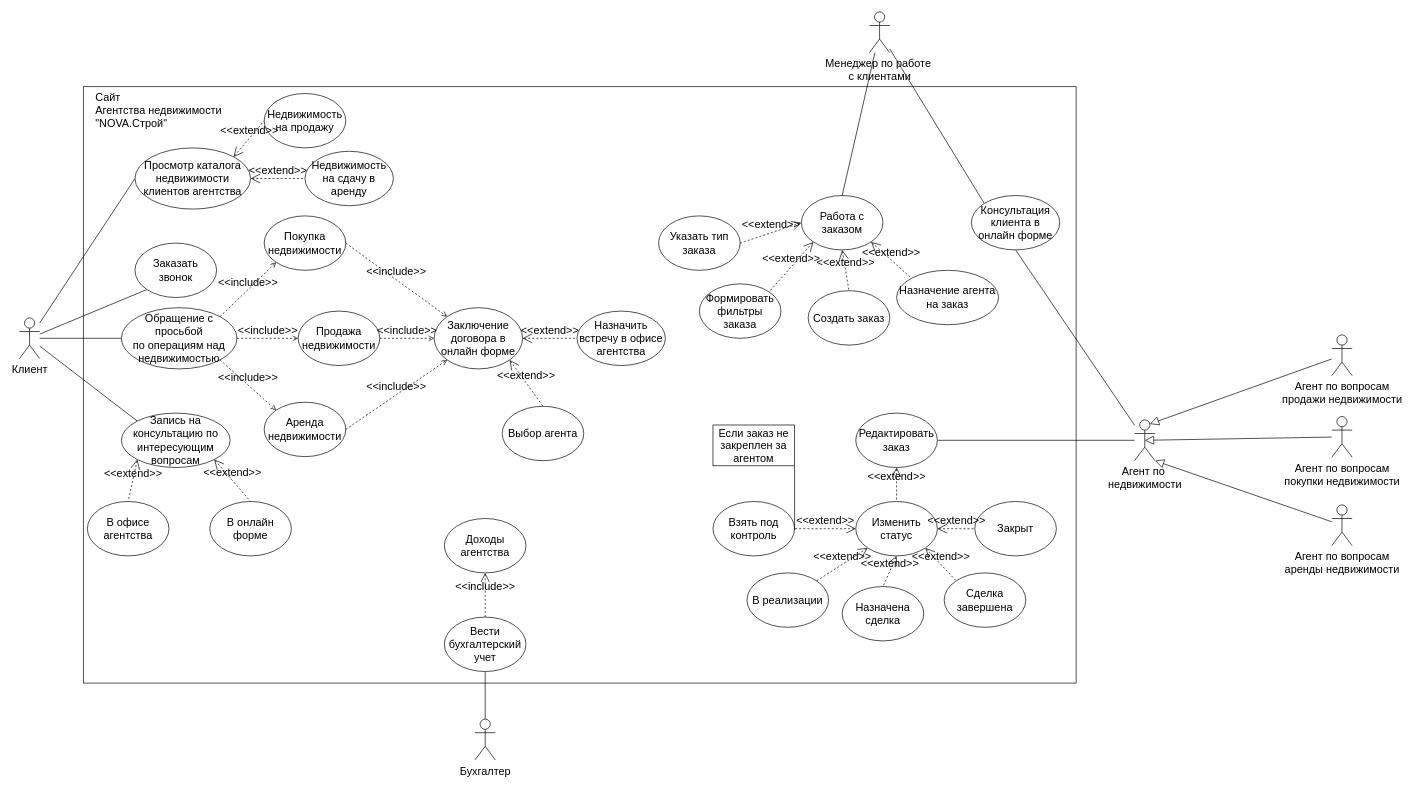
Earlier version of the draw.io diagram agenstvo.drawio (VitaliiPopov00/Use-case-diagram). Source tidied: cells renumbered, new cells numbered last; positions are measured from the earlier drawing's top-left corner, leaving out a move shared by most shapes. Both pictures are drawn from the tidied source at 68%, with x=0, y=0 at pixel (19, 12).
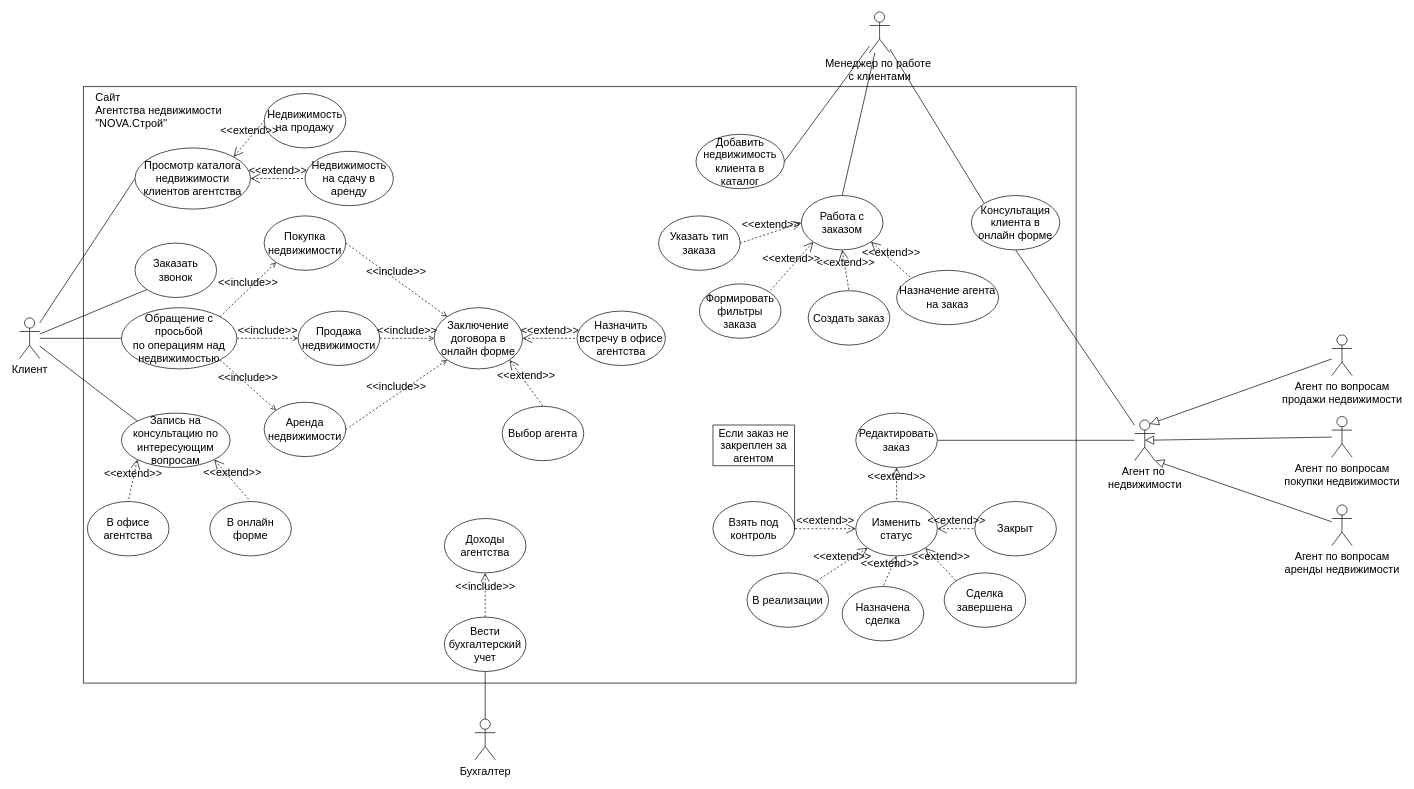
The same page after the edit.

Commit message:
Update the Customer Service Manager

Unchanged cells that the change refers to:
```xml
<mxCell id="29" value="Менеджер по работе&amp;nbsp;&lt;br&gt;с клиентами" style="shape=umlActor;html=1;verticalLabelPosition=bottom;verticalAlign=top;align=center;fontSize=16;" parent="1" vertex="1">
  <mxGeometry x="1250" width="30" height="60" as="geometry" />
</mxCell>
```

What changed in the source:
```diff
@@
+    <mxCell id="77" style="rounded=0;jettySize=auto;html=1;entryX=1;entryY=0.5;entryDx=0;entryDy=0;fontSize=16;endArrow=none;endFill=0;" parent="1" edge="1" source="29" target="78">
+      <mxGeometry relative="1" as="geometry" />
+    </mxCell>
@@
+    <mxCell id="78" value="Добавить недвижимость клиента в каталог" style="ellipse;whiteSpace=wrap;html=1;fontSize=16;" parent="1" vertex="1">
+      <mxGeometry x="995" y="180" width="130" height="80" as="geometry" />
+    </mxCell>
```
